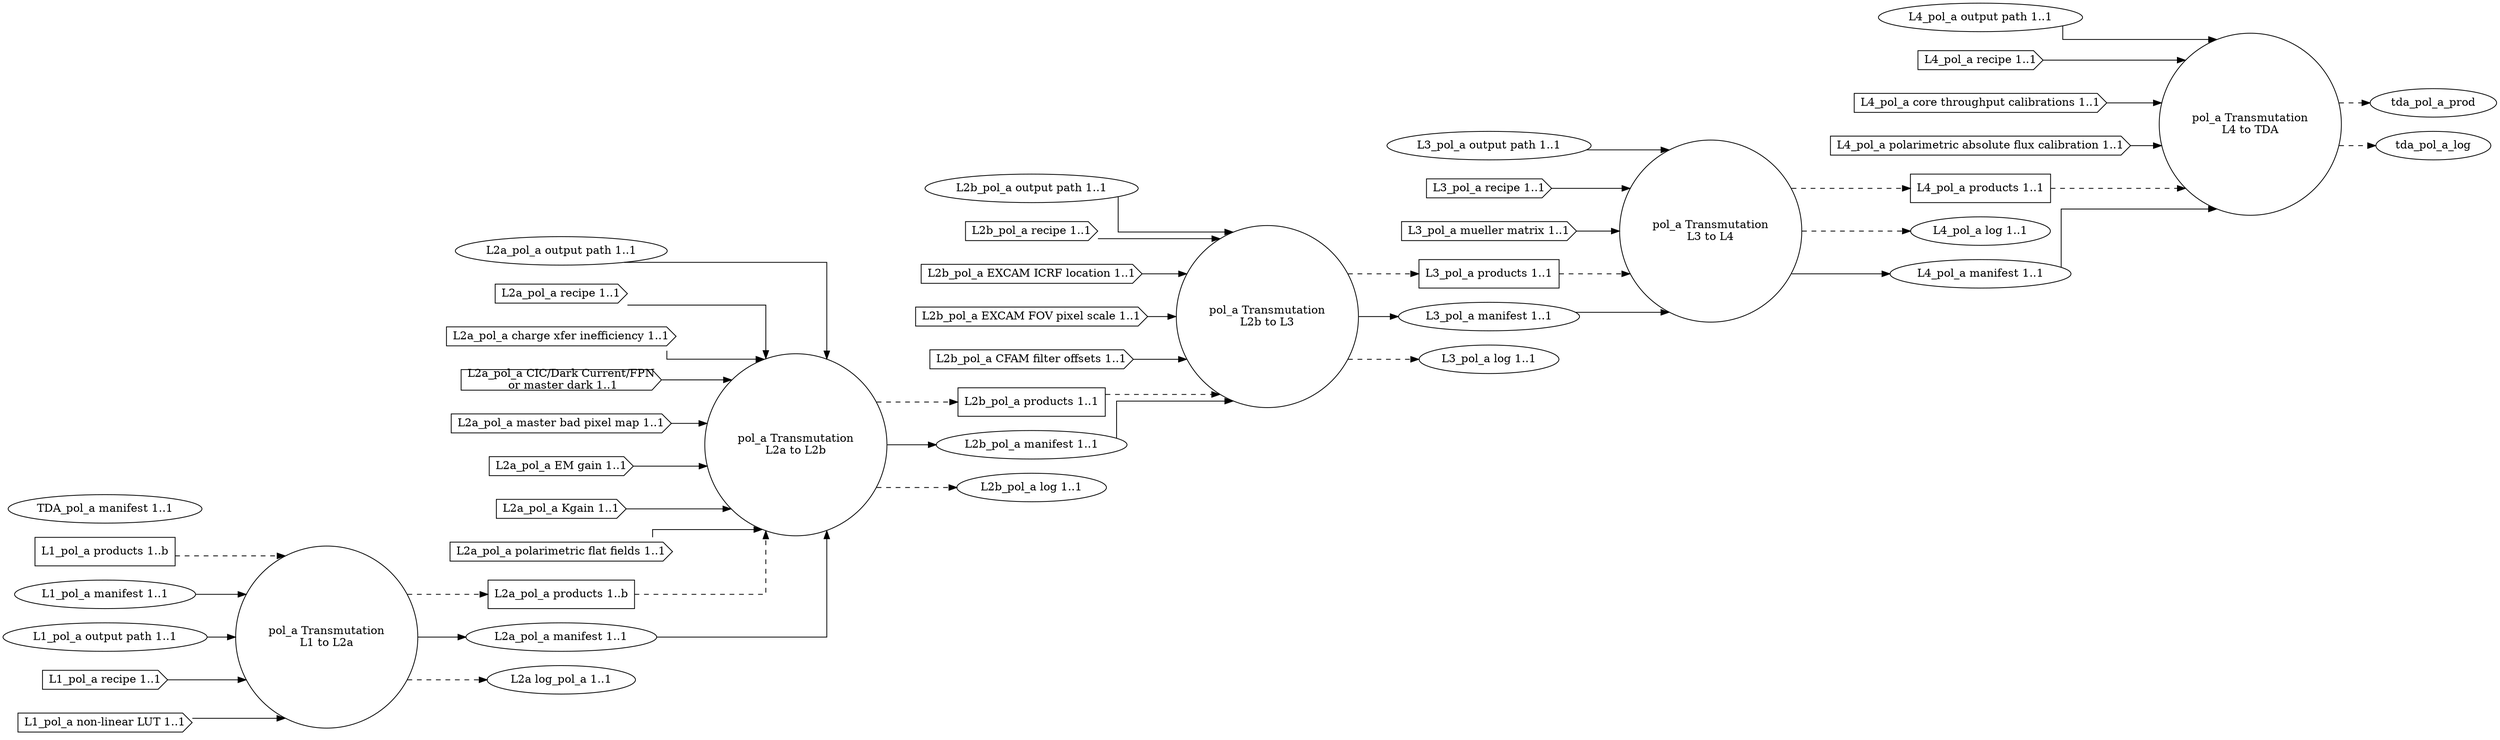
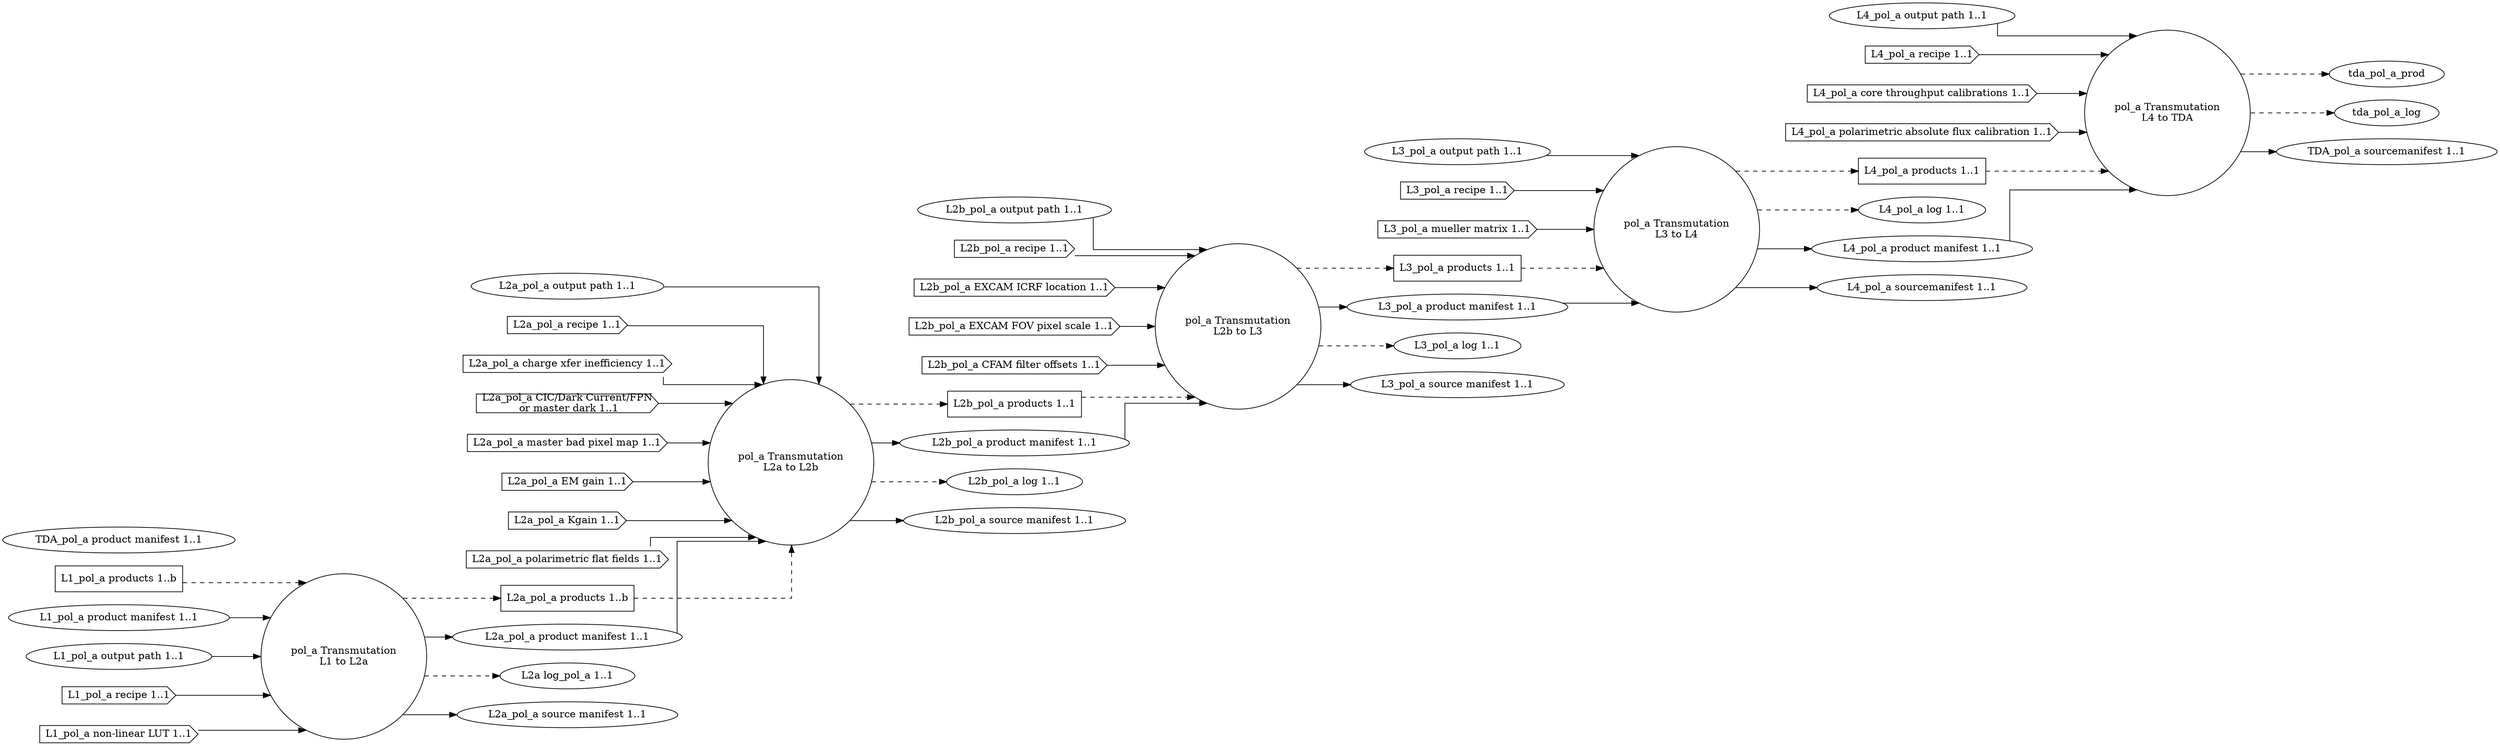
digraph PolarimetryAnalog {
graph [splines="ortho", rankdir=LR];
trans_pol_a_l1_l2a [label="pol_a Transmutation\nL1 to L2a", shape="circle", runname="l1.transmutation_pol_a", runtype="dawgie.Algorithm", fsmtype="dip.base.Runner"];
trans_pol_a_l2a_l2b [label="pol_a Transmutation\nL2a to L2b", shape="circle", runname="l2a.transmutation_pol_a", runtype="dawgie.Algorithm", fsmtype="dip.base.Runner"];
trans_pol_a_l2b_l3 [label="pol_a Transmutation\nL2b to L3", shape="circle", runname="l2b.transmutation_pol_a", runtype="dawgie.Algorithm", fsmtype="dip.base.Runner"];
trans_pol_a_l3_l4 [label="pol_a Transmutation\nL3 to L4", shape="circle", runname="l3.transmutation_pol_a", runtype="dawgie.Algorithm", fsmtype="dip.base.Runner"];
trans_pol_a_l4_tda [label="pol_a Transmutation\nL4 to TDA", shape="circle", runname="l4.transmutation_pol_a", runtype="dawgie.Algorithm", fsmtype="dip.base.Runner"];
l1_pol_a_prod [label="L1_pol_a products 1..b", shape="rectangle"];
- l1_pol_a_man [label="L1_pol_a manifest 1..1", shape="ellipse"];
+ l1_pol_a_man [label="L1_pol_a product manifest 1..1", shape="ellipse"];
l1_pol_a_odir [label="L1_pol_a output path 1..1", shape="ellipse"];
l1_pol_a_rec [label="L1_pol_a recipe 1..1", shape="cds"];
l1_pol_a_nllut [label="L1_pol_a non-linear LUT 1..1", shape="cds"];
l2a_pol_a_prod [label="L2a_pol_a products 1..b", shape="rectangle"];
- l2a_pol_a_man [label="L2a_pol_a manifest 1..1", shape="ellipse", valname="l1.transmutation_pol_a.product.manifest", valtype="dip.base.Manifest"];
+ l2a_pol_a_man [label="L2a_pol_a product manifest 1..1", shape="ellipse", valname="l1.transmutation_pol_a.product.manifest", valtype="dip.base.Manifest"];
l2a_pol_a_odir [label="L2a_pol_a output path 1..1", shape="ellipse"];
l2a_pol_a_rec [label="L2a_pol_a recipe 1..1", shape="cds"];
l2a_pol_a_cti [label="L2a_pol_a charge xfer inefficiency 1..1", shape="cds"];
l2a_pol_a_dnb [label="L2a_pol_a CIC/Dark Current/FPN\n or master dark 1..1", shape="cds"];
l2a_pol_a_mbpm [label="L2a_pol_a master bad pixel map 1..1", shape="cds"];
l2a_pol_a_emg [label="L2a_pol_a EM gain 1..1", shape="cds"];
l2a_pol_a_kgain [label="L2a_pol_a Kgain 1..1", shape="cds"];
l2a_pol_a_polff [label="L2a_pol_a polarimetric flat fields 1..1", shape="cds"];
l2a_pol_a_log [label="L2a log_pol_a 1..1", shape="ellipse"];
l2b_pol_a_prod [label="L2b_pol_a products 1..1", shape="rectangle"];
- l2b_pol_a_man [label="L2b_pol_a manifest 1..1", shape="ellipse", valname="l2a.transmutation_pol_a.product.manifest", valtype="dip.base.Manifest"];
+ l2b_pol_a_man [label="L2b_pol_a product manifest 1..1", shape="ellipse", valname="l2a.transmutation_pol_a.product.manifest", valtype="dip.base.Manifest"];
l2b_pol_a_odir [label="L2b_pol_a output path 1..1", shape="ellipse"];
l2b_pol_a_rec [label="L2b_pol_a recipe 1..1", shape="cds"];
l2b_pol_a_excicrf [label="L2b_pol_a EXCAM ICRF location 1..1", shape="cds"];
l2b_pol_a_excfovps [label="L2b_pol_a EXCAM FOV pixel scale 1..1", shape="cds"];
l2b_pol_a_cfamfo [label="L2b_pol_a CFAM filter offsets 1..1", shape="cds"];
l2b_pol_a_log [label="L2b_pol_a log 1..1", shape="ellipse"];
l3_pol_a_prod [label="L3_pol_a products 1..1", shape="rectangle"];
l3_pol_a_odir [label="L3_pol_a output path 1..1", shape="ellipse"];
- l3_pol_a_man [label="L3_pol_a manifest 1..1", shape="ellipse", valname="l2b.transmutation_pol_a.product.manifest", valtype="dip.base.Manifest"];
+ l3_pol_a_man [label="L3_pol_a product manifest 1..1", shape="ellipse", valname="l2b.transmutation_pol_a.product.manifest", valtype="dip.base.Manifest"];
l3_pol_a_rec [label="L3_pol_a recipe 1..1", shape="cds"];
l3_pol_a_mueller [label="L3_pol_a mueller matrix 1..1", shape="cds"];
l3_pol_a_log [label="L3_pol_a log 1..1", shape="ellipse"];
l4_pol_a_prod [label="L4_pol_a products 1..1", shape="rectangle"];
l4_pol_a_log [label="L4_pol_a log 1..1", shape="ellipse"];
- l4_pol_a_man [label="L4_pol_a manifest 1..1", shape="ellipse", valname="l3.transmutation_pol_a.product.manifest", valtype="dip.base.Manifest"];
+ l4_pol_a_man [label="L4_pol_a product manifest 1..1", shape="ellipse", valname="l3.transmutation_pol_a.product.manifest", valtype="dip.base.Manifest"];
l4_pol_a_odir [label="L4_pol_a output path 1..1", shape="ellipse"];
l4_pol_a_rec [label="L4_pol_a recipe 1..1", shape="cds"];
l4_pol_a_ctcal [label="L4_pol_a core throughput calibrations 1..1", shape="cds"];
l4_pol_a_afcal [label="L4_pol_a polarimetric absolute flux calibration 1..1", shape="cds"];
- tda_pol_a_man [label="TDA_pol_a manifest 1..1", shape="ellipse", valname="l4.transmutation_pol_a.product.manifest", valtype="dip.base.Manifest"];
+ tda_pol_a_man [label="TDA_pol_a product manifest 1..1", shape="ellipse", valname="l4.transmutation_pol_a.product.manifest", valtype="dip.base.Manifest"];
l1_pol_a_prod -> trans_pol_a_l1_l2a [style="dashed"];
l1_pol_a_man -> trans_pol_a_l1_l2a;
l1_pol_a_odir -> trans_pol_a_l1_l2a;
l1_pol_a_rec -> trans_pol_a_l1_l2a;
l1_pol_a_nllut -> trans_pol_a_l1_l2a;
trans_pol_a_l1_l2a -> l2a_pol_a_prod [style="dashed"];
trans_pol_a_l1_l2a -> l2a_pol_a_man;
trans_pol_a_l1_l2a -> l2a_pol_a_log [style="dashed"];
l2a_pol_a_prod -> trans_pol_a_l2a_l2b [style="dashed"];
l2a_pol_a_odir -> trans_pol_a_l2a_l2b;
l2a_pol_a_rec -> trans_pol_a_l2a_l2b;
l2a_pol_a_cti -> trans_pol_a_l2a_l2b;
l2a_pol_a_dnb -> trans_pol_a_l2a_l2b;
l2a_pol_a_mbpm -> trans_pol_a_l2a_l2b;
l2a_pol_a_emg -> trans_pol_a_l2a_l2b;
l2a_pol_a_kgain -> trans_pol_a_l2a_l2b;
l2a_pol_a_polff -> trans_pol_a_l2a_l2b;
trans_pol_a_l2a_l2b -> l2b_pol_a_prod [style="dashed"];
trans_pol_a_l2a_l2b -> l2b_pol_a_man;
trans_pol_a_l2a_l2b -> l2b_pol_a_log [style="dashed"];
l2a_pol_a_man -> trans_pol_a_l2a_l2b;
l2b_pol_a_prod -> trans_pol_a_l2b_l3 [style="dashed"];
l2b_pol_a_man -> trans_pol_a_l2b_l3;
l2b_pol_a_odir -> trans_pol_a_l2b_l3;
l2b_pol_a_rec -> trans_pol_a_l2b_l3;
l2b_pol_a_excicrf -> trans_pol_a_l2b_l3;
l2b_pol_a_excfovps -> trans_pol_a_l2b_l3;
l2b_pol_a_cfamfo -> trans_pol_a_l2b_l3;
trans_pol_a_l2b_l3 -> l3_pol_a_prod [style="dashed"];
trans_pol_a_l2b_l3 -> l3_pol_a_man;
trans_pol_a_l2b_l3 -> l3_pol_a_log [style="dashed"];
l3_pol_a_prod -> trans_pol_a_l3_l4 [style="dashed"];
l3_pol_a_man -> trans_pol_a_l3_l4;
l3_pol_a_odir -> trans_pol_a_l3_l4;
l3_pol_a_rec -> trans_pol_a_l3_l4;
l3_pol_a_mueller -> trans_pol_a_l3_l4;
trans_pol_a_l3_l4 -> l4_pol_a_prod [style="dashed"];
trans_pol_a_l3_l4 -> l4_pol_a_log [style="dashed"];
trans_pol_a_l3_l4 -> l4_pol_a_man;
l4_pol_a_prod -> trans_pol_a_l4_tda [style="dashed"];
l4_pol_a_man -> trans_pol_a_l4_tda;
l4_pol_a_odir -> trans_pol_a_l4_tda;
l4_pol_a_rec -> trans_pol_a_l4_tda;
l4_pol_a_ctcal -> trans_pol_a_l4_tda;
l4_pol_a_afcal -> trans_pol_a_l4_tda;
trans_pol_a_l4_tda -> tda_pol_a_prod [style="dashed"];
trans_pol_a_l4_tda -> tda_pol_a_log [style="dashed"];
+ 
+ l2a_pol_a_src [label="L2a_pol_a source manifest 1..1", shape="ellipse", valname="l1.transmutation_pol_a.source.manifest", valtype="dip.base.Manifest"];
+ l2b_pol_a_src [label="L2b_pol_a source manifest 1..1", shape="ellipse", valname="l2a.transmutation_pol_a.source.manifest", valtype="dip.base.Manifest"];
+ l3_pol_a_src [label="L3_pol_a source manifest 1..1", shape="ellipse", valname="l2b.transmutation_pol_a.source.manifest", valtype="dip.base.Manifest"];
+ l4_pol_a_src [label="L4_pol_a sourcemanifest 1..1", shape="ellipse", valname="l3.transmutation_pol_a.source.manifest", valtype="dip.base.Manifest"];
+ tda_pol_a_src [label="TDA_pol_a sourcemanifest 1..1", shape="ellipse", valname="l4.transmutation_pol_a.source.manifest", valtype="dip.base.Manifest"];
+ trans_pol_a_l1_l2a -> l2a_pol_a_src;
+ trans_pol_a_l2a_l2b -> l2b_pol_a_src;
+ trans_pol_a_l2b_l3 -> l3_pol_a_src;
+ trans_pol_a_l3_l4 -> l4_pol_a_src;
+ trans_pol_a_l4_tda -> tda_pol_a_src;
}
